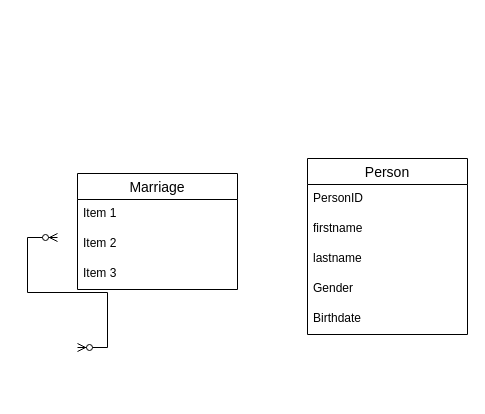
Before: Untitled Diagram.drawio in jackhou66/AB2S_DigitalTwinsDemo, a draw.io diagram. Source tidied: cells renumbered, new cells numbered last; positions are measured from the earlier drawing's top-left corner, leaving out a move shared by most shapes. Both pictures are drawn from the tidied source at 100%, with x=0, y=0 at pixel (57, 158).
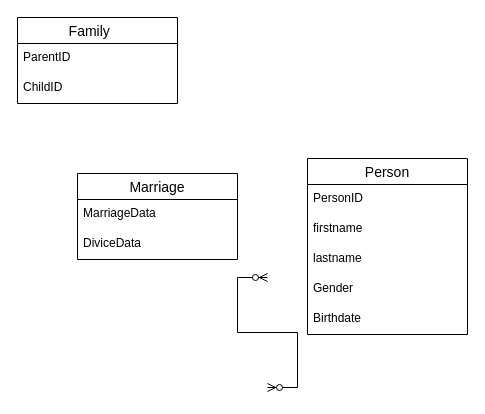
The same diagram, later.

The edit, as a diff of the source:
```diff
@@
 <mxGraphModel>
   <root>
     <mxCell id="0" />
     <mxCell id="1" parent="0" />
     <mxCell id="2" value="Person" style="swimlane;fontStyle=0;horizontal=1;startSize=26;align=center;fontSize=14;" parent="1" vertex="1">
       <mxGeometry x="250" width="160" height="176" as="geometry" />
     </mxCell>
     <mxCell id="3" value="PersonID" style="text;strokeColor=none;fillColor=none;spacingLeft=4;spacingRight=4;overflow=hidden;fontSize=12;whiteSpace=wrap;html=1;" parent="2" vertex="1">
       <mxGeometry y="26" width="160" height="30" as="geometry" />
     </mxCell>
     <mxCell id="4" value="firstname" style="text;strokeColor=none;fillColor=none;spacingLeft=4;spacingRight=4;overflow=hidden;fontSize=12;whiteSpace=wrap;html=1;" parent="2" vertex="1">
       <mxGeometry y="56" width="160" height="30" as="geometry" />
     </mxCell>
     <mxCell id="5" value="lastname&lt;span style=&quot;white-space: pre;&quot;&gt;&#9;&lt;/span&gt;" style="text;strokeColor=none;fillColor=none;spacingLeft=4;spacingRight=4;overflow=hidden;fontSize=12;whiteSpace=wrap;html=1;" parent="2" vertex="1">
       <mxGeometry y="86" width="160" height="30" as="geometry" />
     </mxCell>
     <mxCell id="6" value="Gender" style="text;strokeColor=none;fillColor=none;spacingLeft=4;spacingRight=4;overflow=hidden;fontSize=12;whiteSpace=wrap;html=1;" parent="2" vertex="1">
       <mxGeometry y="116" width="160" height="30" as="geometry" />
     </mxCell>
     <mxCell id="7" value="Birthdate" style="text;strokeColor=none;fillColor=none;spacingLeft=4;spacingRight=4;overflow=hidden;fontSize=12;whiteSpace=wrap;html=1;" parent="2" vertex="1">
       <mxGeometry y="146" width="160" height="30" as="geometry" />
     </mxCell>
     <mxCell id="8" style="edgeStyle=entityRelationEdgeStyle;fontSize=12;html=1;endArrow=ERzeroToMany;endFill=1;startArrow=ERzeroToMany;rounded=0;" parent="1" edge="1">
       <mxGeometry relative="1" as="geometry">
-        <mxPoint x="20" y="189" as="sourcePoint" />
-        <mxPoint y="79" as="targetPoint" />
+        <mxPoint x="210" y="229" as="sourcePoint" />
+        <mxPoint x="210" y="119" as="targetPoint" />
       </mxGeometry>
     </mxCell>
     <mxCell id="9" value="Marriage" style="swimlane;fontStyle=0;horizontal=1;startSize=26;align=center;fontSize=14;" parent="1" vertex="1">
-      <mxGeometry x="20" y="15" width="160" height="116" as="geometry" />
+      <mxGeometry x="20" y="15" width="160" height="86" as="geometry" />
     </mxCell>
-    <mxCell id="10" value="Item 1" style="text;strokeColor=none;fillColor=none;spacingLeft=4;spacingRight=4;overflow=hidden;fontSize=12;whiteSpace=wrap;html=1;" parent="9" vertex="1">
+    <mxCell id="10" value="MarriageData" style="text;strokeColor=none;fillColor=none;spacingLeft=4;spacingRight=4;overflow=hidden;fontSize=12;whiteSpace=wrap;html=1;" parent="9" vertex="1">
       <mxGeometry y="26" width="160" height="30" as="geometry" />
     </mxCell>
-    <mxCell id="11" value="Item 2" style="text;strokeColor=none;fillColor=none;spacingLeft=4;spacingRight=4;overflow=hidden;fontSize=12;whiteSpace=wrap;html=1;" parent="9" vertex="1">
+    <mxCell id="11" value="DiviceData" style="text;strokeColor=none;fillColor=none;spacingLeft=4;spacingRight=4;overflow=hidden;fontSize=12;whiteSpace=wrap;html=1;" parent="9" vertex="1">
       <mxGeometry y="56" width="160" height="30" as="geometry" />
     </mxCell>
-    <mxCell id="12" value="Item 3" style="text;strokeColor=none;fillColor=none;spacingLeft=4;spacingRight=4;overflow=hidden;fontSize=12;whiteSpace=wrap;html=1;" parent="9" vertex="1">
-      <mxGeometry y="86" width="160" height="30" as="geometry" />
-    </mxCell>
+    <mxCell id="13" value="Family    " style="swimlane;fontStyle=0;horizontal=1;startSize=26;align=center;fontSize=14;" parent="1" vertex="1">
+      <mxGeometry x="-40" y="-141" width="160" height="86" as="geometry" />
+    </mxCell>
+    <mxCell id="14" value="ParentID" style="text;strokeColor=none;fillColor=none;spacingLeft=4;spacingRight=4;overflow=hidden;fontSize=12;whiteSpace=wrap;html=1;" parent="13" vertex="1">
+      <mxGeometry y="26" width="160" height="30" as="geometry" />
+    </mxCell>
+    <mxCell id="15" value="ChildID" style="text;strokeColor=none;fillColor=none;spacingLeft=4;spacingRight=4;overflow=hidden;fontSize=12;whiteSpace=wrap;html=1;" parent="13" vertex="1">
+      <mxGeometry y="56" width="160" height="30" as="geometry" />
+    </mxCell>
   </root>
 </mxGraphModel>
```
